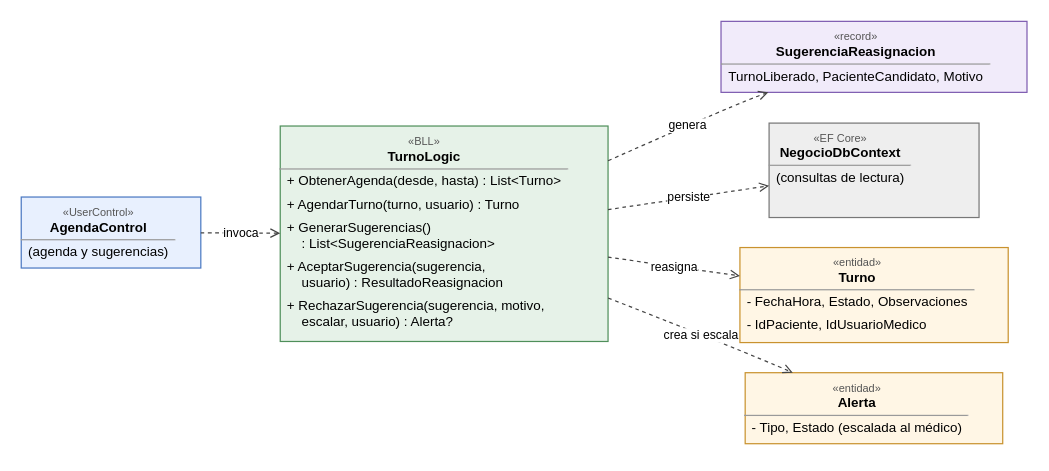
DanteSchlogl/OpenRIN-corregido keeps this draw.io diagram as Diagramas/UC-09/UC-09 - Clases afectadas.drawio. Above is the earlier version. Source tidied: cells renumbered, new cells numbered last; positions are measured from the earlier drawing's top-left corner, leaving out a move shared by most shapes. Both pictures are drawn from the tidied source at 122%, with x=0, y=0 at pixel (21, 21).
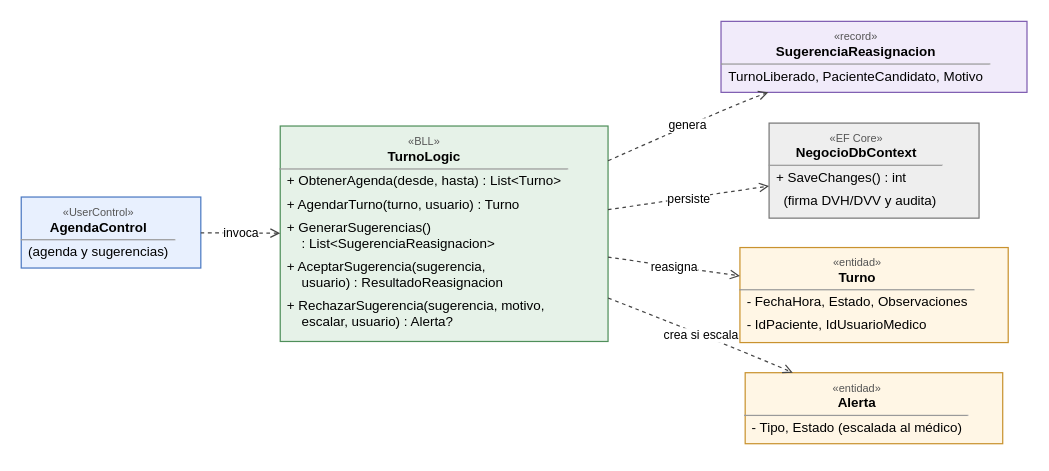
The same page after the edit.

Diff of the diagram source:
```diff
@@
 <mxGraphModel>
   <root>
     <mxCell id="0" />
     <mxCell id="1" parent="0" />
     <mxCell id="2" value="&lt;div style=&quot;font-family:Arial;font-size:11px;padding:3px 0 0 0;text-align:center;line-height:11px;font-size:9px;color:#555555;&quot;&gt;«UserControl»&lt;/div&gt;&lt;div style=&quot;font-family:Arial;font-size:11px;padding:0 0 3px 0;text-align:center;line-height:13px;font-weight:bold;&quot;&gt;AgendaControl&lt;/div&gt;&lt;hr style=&quot;margin:0;&quot; size=&quot;1&quot;/&gt;&lt;div style=&quot;font-family:Arial;font-size:11px;padding:3px 6px;line-height:13px;text-align:left;&quot;&gt;(agenda y sugerencias)&lt;/div&gt;" style="whiteSpace=wrap;html=1;align=left;verticalAlign=top;overflow=hidden;spacing=0;fillColor=#E8F0FE;strokeColor=#4A78C2;" parent="1" vertex="1">
       <mxGeometry x="-0.1" y="144" width="147.2" height="58.2" as="geometry" />
     </mxCell>
     <mxCell id="3" value="&lt;div style=&quot;font-family:Arial;font-size:11px;padding:3px 0 0 0;text-align:center;line-height:11px;font-size:9px;color:#555555;&quot;&gt;«BLL»&lt;/div&gt;&lt;div style=&quot;font-family:Arial;font-size:11px;padding:0 0 3px 0;text-align:center;line-height:13px;font-weight:bold;&quot;&gt;TurnoLogic&lt;/div&gt;&lt;hr style=&quot;margin:0;&quot; size=&quot;1&quot;/&gt;&lt;div style=&quot;font-family:Arial;font-size:11px;padding:3px 6px;line-height:13px;text-align:left;&quot;&gt;+ ObtenerAgenda(desde, hasta) : List&amp;lt;Turno&amp;gt;&lt;/div&gt;&lt;div style=&quot;font-family:Arial;font-size:11px;padding:3px 6px;line-height:13px;text-align:left;&quot;&gt;+ AgendarTurno(turno, usuario) : Turno&lt;/div&gt;&lt;div style=&quot;font-family:Arial;font-size:11px;padding:3px 6px;line-height:13px;text-align:left;&quot;&gt;+ GenerarSugerencias()&lt;br/&gt;&amp;#160;&amp;#160;&amp;#160;&amp;#160;: List&amp;lt;SugerenciaReasignacion&amp;gt;&lt;/div&gt;&lt;div style=&quot;font-family:Arial;font-size:11px;padding:3px 6px;line-height:13px;text-align:left;&quot;&gt;+ AceptarSugerencia(sugerencia,&lt;br/&gt;&amp;#160;&amp;#160;&amp;#160;&amp;#160;usuario) : ResultadoReasignacion&lt;/div&gt;&lt;div style=&quot;font-family:Arial;font-size:11px;padding:3px 6px;line-height:13px;text-align:left;&quot;&gt;+ RechazarSugerencia(sugerencia, motivo,&lt;br/&gt;&amp;#160;&amp;#160;&amp;#160;&amp;#160;escalar, usuario) : Alerta?&lt;/div&gt;" style="whiteSpace=wrap;html=1;align=left;verticalAlign=top;overflow=hidden;spacing=0;fillColor=#E6F2E8;strokeColor=#4F8F5A;" parent="1" vertex="1">
       <mxGeometry x="212.2" y="85.8" width="268.7" height="176.6" as="geometry" />
     </mxCell>
     <mxCell id="4" value="&lt;div style=&quot;font-family:Arial;font-size:11px;padding:3px 0 0 0;text-align:center;line-height:11px;font-size:9px;color:#555555;&quot;&gt;«record»&lt;/div&gt;&lt;div style=&quot;font-family:Arial;font-size:11px;padding:0 0 3px 0;text-align:center;line-height:13px;font-weight:bold;&quot;&gt;SugerenciaReasignacion&lt;/div&gt;&lt;hr style=&quot;margin:0;&quot; size=&quot;1&quot;/&gt;&lt;div style=&quot;font-family:Arial;font-size:11px;padding:3px 6px;line-height:13px;text-align:left;&quot;&gt;TurnoLiberado, PacienteCandidato, Motivo&lt;/div&gt;" style="whiteSpace=wrap;html=1;align=left;verticalAlign=top;overflow=hidden;spacing=0;fillColor=#F1EBFA;strokeColor=#7D5BB0;" parent="1" vertex="1">
       <mxGeometry x="573.5" width="250.8" height="58.2" as="geometry" />
     </mxCell>
-    <mxCell id="5" value="&lt;div style=&quot;font-family:Arial;font-size:11px;padding:3px 0 0 0;text-align:center;line-height:11px;font-size:9px;color:#555555;&quot;&gt;«EF Core»&lt;/div&gt;&lt;div style=&quot;font-family:Arial;font-size:11px;padding:0 0 3px 0;text-align:center;line-height:13px;font-weight:bold;&quot;&gt;NegocioDbContext&lt;/div&gt;&lt;hr style=&quot;margin:0;&quot; size=&quot;1&quot;/&gt;&lt;div style=&quot;font-family:Arial;font-size:11px;padding:3px 6px;line-height:13px;text-align:left;&quot;&gt;(consultas de lectura)&lt;/div&gt;" style="whiteSpace=wrap;html=1;align=left;verticalAlign=top;overflow=hidden;spacing=0;fillColor=#EEEEEE;strokeColor=#777777;" parent="1" vertex="1">
-      <mxGeometry x="612.9" y="83.4" width="172.1" height="77.4" as="geometry" />
+    <mxCell id="5" value="&lt;div style=&quot;font-family:Arial;font-size:11px;padding:3px 0 0 0;text-align:center;line-height:11px;font-size:9px;color:#555555;&quot;&gt;«EF Core»&lt;/div&gt;&lt;div style=&quot;font-family:Arial;font-size:11px;padding:0 0 3px 0;text-align:center;line-height:13px;font-weight:bold;&quot;&gt;NegocioDbContext&lt;/div&gt;&lt;hr style=&quot;margin:0;&quot; size=&quot;1&quot;/&gt;&lt;div style=&quot;font-family:Arial;font-size:11px;padding:3px 6px;line-height:13px;text-align:left;&quot;&gt;+ SaveChanges() : int&lt;/div&gt;&lt;div style=&quot;font-family:Arial;font-size:11px;padding:3px 6px;line-height:13px;text-align:left;&quot;&gt;&amp;#160;&amp;#160;(firma DVH/DVV y audita)&lt;/div&gt;" style="whiteSpace=wrap;html=1;align=left;verticalAlign=top;overflow=hidden;spacing=0;fillColor=#EEEEEE;strokeColor=#777777;" parent="1" vertex="1">
+      <mxGeometry x="612.9" y="83.4" width="172.1" height="77.9" as="geometry" />
     </mxCell>
     <mxCell id="6" value="&lt;div style=&quot;font-family:Arial;font-size:11px;padding:3px 0 0 0;text-align:center;line-height:11px;font-size:9px;color:#555555;&quot;&gt;«entidad»&lt;/div&gt;&lt;div style=&quot;font-family:Arial;font-size:11px;padding:0 0 3px 0;text-align:center;line-height:13px;font-weight:bold;&quot;&gt;Turno&lt;/div&gt;&lt;hr style=&quot;margin:0;&quot; size=&quot;1&quot;/&gt;&lt;div style=&quot;font-family:Arial;font-size:11px;padding:3px 6px;line-height:13px;text-align:left;&quot;&gt;- FechaHora, Estado, Observaciones&lt;/div&gt;&lt;div style=&quot;font-family:Arial;font-size:11px;padding:3px 6px;line-height:13px;text-align:left;&quot;&gt;- IdPaciente, IdUsuarioMedico&lt;/div&gt;" style="whiteSpace=wrap;html=1;align=left;verticalAlign=top;overflow=hidden;spacing=0;fillColor=#FFF6E5;strokeColor=#C9922E;" parent="1" vertex="1">
       <mxGeometry x="589" y="185.4" width="219.9" height="77.9" as="geometry" />
     </mxCell>
     <mxCell id="7" value="&lt;div style=&quot;font-family:Arial;font-size:11px;padding:3px 0 0 0;text-align:center;line-height:11px;font-size:9px;color:#555555;&quot;&gt;«entidad»&lt;/div&gt;&lt;div style=&quot;font-family:Arial;font-size:11px;padding:0 0 3px 0;text-align:center;line-height:13px;font-weight:bold;&quot;&gt;Alerta&lt;/div&gt;&lt;hr style=&quot;margin:0;&quot; size=&quot;1&quot;/&gt;&lt;div style=&quot;font-family:Arial;font-size:11px;padding:3px 6px;line-height:13px;text-align:left;&quot;&gt;- Tipo, Estado (escalada al médico)&lt;/div&gt;" style="whiteSpace=wrap;html=1;align=left;verticalAlign=top;overflow=hidden;spacing=0;fillColor=#FFF6E5;strokeColor=#C9922E;" parent="1" vertex="1">
       <mxGeometry x="593.3" y="288" width="211.1" height="58.2" as="geometry" />
     </mxCell>
     <mxCell id="8" value="invoca" style="html=1;rounded=0;curved=1;edgeStyle=none;strokeColor=#444444;fontSize=10;fontFamily=Arial;labelBackgroundColor=#FFFFFF;dashed=1;endArrow=open;endFill=0;startArrow=none;" parent="1" edge="1" source="2" target="3">
       <mxGeometry relative="1" as="geometry" />
     </mxCell>
     <mxCell id="9" value="genera" style="html=1;rounded=0;curved=1;edgeStyle=none;strokeColor=#444444;fontSize=10;fontFamily=Arial;labelBackgroundColor=#FFFFFF;dashed=1;endArrow=open;endFill=0;startArrow=none;" parent="1" edge="1" source="3" target="4">
       <mxGeometry relative="1" as="geometry">
         <Array as="points">
           <mxPoint x="590.3" y="65.6" />
         </Array>
       </mxGeometry>
     </mxCell>
     <mxCell id="10" value="reasigna" style="html=1;rounded=0;curved=1;edgeStyle=none;strokeColor=#444444;fontSize=10;fontFamily=Arial;labelBackgroundColor=#FFFFFF;dashed=1;endArrow=open;endFill=0;startArrow=none;" parent="1" edge="1" source="3" target="6">
       <mxGeometry relative="1" as="geometry" />
     </mxCell>
     <mxCell id="11" value="crea si escala" style="html=1;rounded=0;curved=1;edgeStyle=none;strokeColor=#444444;fontSize=10;fontFamily=Arial;labelBackgroundColor=#FFFFFF;dashed=1;endArrow=open;endFill=0;startArrow=none;" parent="1" edge="1" source="3" target="7">
       <mxGeometry relative="1" as="geometry">
         <Array as="points">
           <mxPoint x="590.3" y="269.6" />
         </Array>
       </mxGeometry>
     </mxCell>
     <mxCell id="12" value="persiste" style="html=1;rounded=0;curved=1;edgeStyle=none;strokeColor=#444444;fontSize=10;fontFamily=Arial;labelBackgroundColor=#FFFFFF;dashed=1;endArrow=open;endFill=0;startArrow=none;" parent="1" edge="1" source="3" target="5">
       <mxGeometry relative="1" as="geometry" />
     </mxCell>
   </root>
 </mxGraphModel>
```
